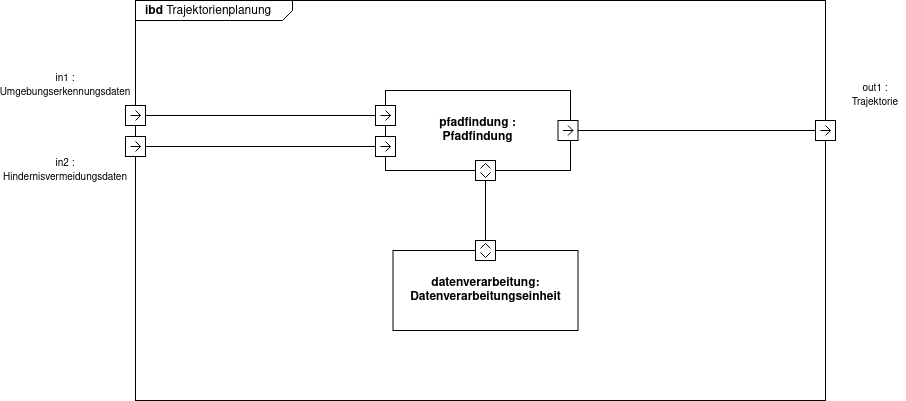
Above: ibd-trajektorienplanung.png in agrueneberg/sews2324 (draw.io), before the change. Source tidied: cells renumbered, new cells last; positions are measured from the earlier drawing's top-left corner, leaving out a move shared by most shapes. The source it was exported from:
```xml
<mxGraphModel>
  <root>
    <mxCell id="0" />
    <mxCell id="1" parent="0" />
    <mxCell id="2" value="&lt;p style=&quot;margin:0px;margin-top:4px;margin-left:10px;text-align:left;&quot;&gt;&lt;b&gt;ibd&lt;/b&gt;   Trajektorienplanung&lt;/p&gt;" style="html=1;shape=mxgraph.sysml.package;labelX=157.42;align=left;spacingLeft=10;html=1;overflow=fill;whiteSpace=wrap;" parent="1" vertex="1">
      <mxGeometry x="100" width="690" height="400" as="geometry" />
    </mxCell>
    <mxCell id="3" value="datenverarbeitung:&lt;br&gt;Datenverarbeitungseinheit" style="strokeColor=inherit;fillColor=inherit;gradientColor=inherit;shape=rect;html=1;fontStyle=1;whiteSpace=wrap;align=center;" parent="1" vertex="1">
      <mxGeometry x="357.5" y="250" width="185" height="80" as="geometry" />
    </mxCell>
    <mxCell id="4" style="verticalAlign=bottom;html=1;endArrow=none;edgeStyle=orthogonalEdgeStyle;rounded=0;entryX=0;entryY=0.5;entryDx=0;entryDy=0;exitX=0.5;exitY=0;exitDx=0;exitDy=0;exitPerimeter=0;" parent="1" edge="1" source="11" target="6">
      <mxGeometry relative="1" as="geometry" />
    </mxCell>
    <mxCell id="5" style="html=1;shape=mxgraph.sysml.port;sysMLPortType=flowN;rotation=90;" parent="1" vertex="1">
      <mxGeometry x="90" y="105" width="20" height="20" as="geometry" />
    </mxCell>
    <mxCell id="6" value="pfadfindung :&lt;br style=&quot;border-color: var(--border-color);&quot;&gt;Pfadfindung" style="strokeColor=inherit;fillColor=inherit;gradientColor=inherit;shape=rect;html=1;fontStyle=1;whiteSpace=wrap;align=center;" parent="1" vertex="1">
      <mxGeometry x="350" y="90" width="185" height="80" as="geometry" />
    </mxCell>
    <mxCell id="7" style="html=1;shape=mxgraph.sysml.port;sysMLPortType=doubleH;rotation=90;" parent="1" vertex="1">
      <mxGeometry x="440" y="160" width="20" height="20" as="geometry" />
    </mxCell>
    <mxCell id="8" style="html=1;shape=mxgraph.sysml.port;sysMLPortType=doubleH;rotation=90;" parent="1" vertex="1">
      <mxGeometry x="440" y="240" width="20" height="20" as="geometry" />
    </mxCell>
    <mxCell id="9" style="html=1;shape=mxgraph.sysml.port;sysMLPortType=flowN;rotation=90;" parent="1" vertex="1">
      <mxGeometry x="522.5" y="120" width="20" height="20" as="geometry" />
    </mxCell>
    <mxCell id="10" style="verticalAlign=bottom;html=1;endArrow=none;edgeStyle=orthogonalEdgeStyle;rounded=0;entryX=0.5;entryY=1;entryDx=0;entryDy=0;exitX=0.5;exitY=0;exitDx=0;exitDy=0;exitPerimeter=0;entryPerimeter=0;" parent="1" edge="1" source="5" target="11">
      <mxGeometry relative="1" as="geometry" />
    </mxCell>
    <mxCell id="11" style="html=1;shape=mxgraph.sysml.port;sysMLPortType=flowN;rotation=90;" parent="1" vertex="1">
      <mxGeometry x="340" y="105" width="20" height="20" as="geometry" />
    </mxCell>
    <mxCell id="12" style="verticalAlign=bottom;html=1;endArrow=none;edgeStyle=orthogonalEdgeStyle;rounded=0;entryX=0.5;entryY=1;entryDx=0;entryDy=0;exitX=0.5;exitY=0;exitDx=0;exitDy=0;exitPerimeter=0;entryPerimeter=0;" parent="1" edge="1" source="15" target="15">
      <mxGeometry relative="1" as="geometry" />
    </mxCell>
    <mxCell id="13" style="verticalAlign=bottom;html=1;endArrow=none;edgeStyle=orthogonalEdgeStyle;rounded=0;entryX=0;entryY=0.5;entryDx=0;entryDy=0;exitX=1;exitY=0.5;exitDx=0;exitDy=0;exitPerimeter=0;entryPerimeter=0;" parent="1" edge="1" source="7" target="8">
      <mxGeometry relative="1" as="geometry" />
    </mxCell>
    <mxCell id="14" style="verticalAlign=bottom;html=1;endArrow=none;edgeStyle=orthogonalEdgeStyle;rounded=0;entryX=0.5;entryY=1;entryDx=0;entryDy=0;exitX=0.5;exitY=0;exitDx=0;exitDy=0;exitPerimeter=0;entryPerimeter=0;" parent="1" edge="1" source="9" target="15">
      <mxGeometry relative="1" as="geometry" />
    </mxCell>
    <mxCell id="15" style="html=1;shape=mxgraph.sysml.port;sysMLPortType=flowN;rotation=90;" parent="1" vertex="1">
      <mxGeometry x="780" y="120" width="20" height="20" as="geometry" />
    </mxCell>
    <mxCell id="16" style="html=1;shape=mxgraph.sysml.port;sysMLPortType=flowN;rotation=90;" parent="1" vertex="1">
      <mxGeometry x="340" y="136" width="20" height="20" as="geometry" />
    </mxCell>
    <mxCell id="17" style="html=1;shape=mxgraph.sysml.port;sysMLPortType=flowN;rotation=90;" parent="1" vertex="1">
      <mxGeometry x="90" y="136" width="20" height="20" as="geometry" />
    </mxCell>
    <mxCell id="18" style="verticalAlign=bottom;html=1;endArrow=none;edgeStyle=orthogonalEdgeStyle;rounded=0;entryX=0.5;entryY=1;entryDx=0;entryDy=0;exitX=0.5;exitY=0;exitDx=0;exitDy=0;exitPerimeter=0;entryPerimeter=0;" parent="1" edge="1" source="17" target="16">
      <mxGeometry relative="1" as="geometry" />
    </mxCell>
    <mxCell id="19" value="&lt;font style=&quot;font-size: 10px;&quot;&gt;in1 : Umgebungserkennungsdaten&lt;/font&gt;" style="text;html=1;strokeColor=none;fillColor=none;align=center;verticalAlign=middle;whiteSpace=wrap;rounded=0;" parent="1" vertex="1">
      <mxGeometry y="70" width="60" height="30" as="geometry" />
    </mxCell>
    <mxCell id="20" value="&lt;font style=&quot;font-size: 10px;&quot;&gt;in2 : Hindernisvermeidungsdaten&lt;/font&gt;" style="text;html=1;strokeColor=none;fillColor=none;align=center;verticalAlign=middle;whiteSpace=wrap;rounded=0;" parent="1" vertex="1">
      <mxGeometry y="155" width="60" height="30" as="geometry" />
    </mxCell>
    <mxCell id="21" value="&lt;font style=&quot;font-size: 10px;&quot;&gt;out1 : Trajektorie&lt;/font&gt;" style="text;html=1;strokeColor=none;fillColor=none;align=center;verticalAlign=middle;whiteSpace=wrap;rounded=0;" parent="1" vertex="1">
      <mxGeometry x="810" y="80" width="60" height="30" as="geometry" />
    </mxCell>
  </root>
</mxGraphModel>
```
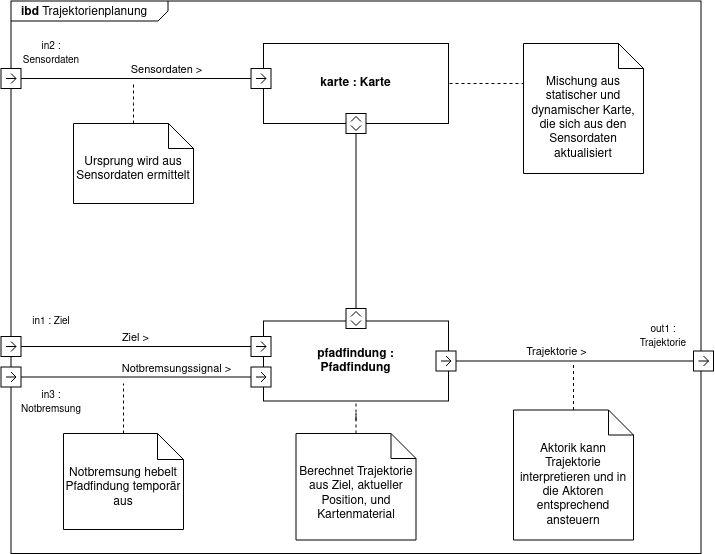
The same file after the commit.

Commit message:
ibd: Datei umbenannt

The edit, as a diff of the source:
```diff
@@ -3,64 +3,133 @@
     <mxCell id="0" />
     <mxCell id="1" parent="0" />
     <mxCell id="2" value="&lt;p style=&quot;margin:0px;margin-top:4px;margin-left:10px;text-align:left;&quot;&gt;&lt;b&gt;ibd&lt;/b&gt;   Trajektorienplanung&lt;/p&gt;" style="html=1;shape=mxgraph.sysml.package;labelX=157.42;align=left;spacingLeft=10;html=1;overflow=fill;whiteSpace=wrap;" parent="1" vertex="1">
-      <mxGeometry x="100" width="690" height="400" as="geometry" />
+      <mxGeometry x="97.5" y="-2.5" width="690" height="552.5" as="geometry" />
     </mxCell>
-    <mxCell id="3" value="datenverarbeitung:&lt;br&gt;Datenverarbeitungseinheit" style="strokeColor=inherit;fillColor=inherit;gradientColor=inherit;shape=rect;html=1;fontStyle=1;whiteSpace=wrap;align=center;" parent="1" vertex="1">
-      <mxGeometry x="357.5" y="250" width="185" height="80" as="geometry" />
-    </mxCell>
-    <mxCell id="4" style="verticalAlign=bottom;html=1;endArrow=none;edgeStyle=orthogonalEdgeStyle;rounded=0;entryX=0;entryY=0.5;entryDx=0;entryDy=0;exitX=0.5;exitY=0;exitDx=0;exitDy=0;exitPerimeter=0;" parent="1" edge="1" source="11" target="6">
-      <mxGeometry relative="1" as="geometry" />
-    </mxCell>
-    <mxCell id="5" style="html=1;shape=mxgraph.sysml.port;sysMLPortType=flowN;rotation=90;" parent="1" vertex="1">
-      <mxGeometry x="90" y="105" width="20" height="20" as="geometry" />
-    </mxCell>
     <mxCell id="6" value="pfadfindung :&lt;br style=&quot;border-color: var(--border-color);&quot;&gt;Pfadfindung" style="strokeColor=inherit;fillColor=inherit;gradientColor=inherit;shape=rect;html=1;fontStyle=1;whiteSpace=wrap;align=center;" parent="1" vertex="1">
-      <mxGeometry x="350" y="90" width="185" height="80" as="geometry" />
+      <mxGeometry x="350" y="317.5" width="185" height="80" as="geometry" />
     </mxCell>
-    <mxCell id="7" style="html=1;shape=mxgraph.sysml.port;sysMLPortType=doubleH;rotation=90;" parent="1" vertex="1">
-      <mxGeometry x="440" y="160" width="20" height="20" as="geometry" />
-    </mxCell>
-    <mxCell id="8" style="html=1;shape=mxgraph.sysml.port;sysMLPortType=doubleH;rotation=90;" parent="1" vertex="1">
-      <mxGeometry x="440" y="240" width="20" height="20" as="geometry" />
-    </mxCell>
     <mxCell id="9" style="html=1;shape=mxgraph.sysml.port;sysMLPortType=flowN;rotation=90;" parent="1" vertex="1">
-      <mxGeometry x="522.5" y="120" width="20" height="20" as="geometry" />
+      <mxGeometry x="522.5" y="347.5" width="20" height="20" as="geometry" />
     </mxCell>
-    <mxCell id="10" style="verticalAlign=bottom;html=1;endArrow=none;edgeStyle=orthogonalEdgeStyle;rounded=0;entryX=0.5;entryY=1;entryDx=0;entryDy=0;exitX=0.5;exitY=0;exitDx=0;exitDy=0;exitPerimeter=0;entryPerimeter=0;" parent="1" edge="1" source="5" target="11">
-      <mxGeometry relative="1" as="geometry" />
-    </mxCell>
-    <mxCell id="11" style="html=1;shape=mxgraph.sysml.port;sysMLPortType=flowN;rotation=90;" parent="1" vertex="1">
-      <mxGeometry x="340" y="105" width="20" height="20" as="geometry" />
-    </mxCell>
     <mxCell id="12" style="verticalAlign=bottom;html=1;endArrow=none;edgeStyle=orthogonalEdgeStyle;rounded=0;entryX=0.5;entryY=1;entryDx=0;entryDy=0;exitX=0.5;exitY=0;exitDx=0;exitDy=0;exitPerimeter=0;entryPerimeter=0;" parent="1" edge="1" source="15" target="15">
       <mxGeometry relative="1" as="geometry" />
     </mxCell>
-    <mxCell id="13" style="verticalAlign=bottom;html=1;endArrow=none;edgeStyle=orthogonalEdgeStyle;rounded=0;entryX=0;entryY=0.5;entryDx=0;entryDy=0;exitX=1;exitY=0.5;exitDx=0;exitDy=0;exitPerimeter=0;entryPerimeter=0;" parent="1" edge="1" source="7" target="8">
-      <mxGeometry relative="1" as="geometry" />
-    </mxCell>
     <mxCell id="14" style="verticalAlign=bottom;html=1;endArrow=none;edgeStyle=orthogonalEdgeStyle;rounded=0;entryX=0.5;entryY=1;entryDx=0;entryDy=0;exitX=0.5;exitY=0;exitDx=0;exitDy=0;exitPerimeter=0;entryPerimeter=0;" parent="1" edge="1" source="9" target="15">
       <mxGeometry relative="1" as="geometry" />
     </mxCell>
+    <mxCell id="22" value="Trajektorie &amp;gt;" style="edgeLabel;html=1;align=center;verticalAlign=middle;" parent="14" vertex="1">
+      <mxGeometry x="-0.16" y="-2" relative="1" as="geometry">
+        <mxPoint y="-12" as="offset" />
+      </mxGeometry>
+    </mxCell>
     <mxCell id="15" style="html=1;shape=mxgraph.sysml.port;sysMLPortType=flowN;rotation=90;" parent="1" vertex="1">
-      <mxGeometry x="780" y="120" width="20" height="20" as="geometry" />
+      <mxGeometry x="780" y="347.5" width="20" height="20" as="geometry" />
     </mxCell>
     <mxCell id="16" style="html=1;shape=mxgraph.sysml.port;sysMLPortType=flowN;rotation=90;" parent="1" vertex="1">
-      <mxGeometry x="340" y="136" width="20" height="20" as="geometry" />
+      <mxGeometry x="337.5" y="363.5" width="20" height="20" as="geometry" />
     </mxCell>
     <mxCell id="17" style="html=1;shape=mxgraph.sysml.port;sysMLPortType=flowN;rotation=90;" parent="1" vertex="1">
-      <mxGeometry x="90" y="136" width="20" height="20" as="geometry" />
+      <mxGeometry x="87.5" y="363.5" width="20" height="20" as="geometry" />
     </mxCell>
     <mxCell id="18" style="verticalAlign=bottom;html=1;endArrow=none;edgeStyle=orthogonalEdgeStyle;rounded=0;entryX=0.5;entryY=1;entryDx=0;entryDy=0;exitX=0.5;exitY=0;exitDx=0;exitDy=0;exitPerimeter=0;entryPerimeter=0;" parent="1" edge="1" source="17" target="16">
       <mxGeometry relative="1" as="geometry" />
     </mxCell>
-    <mxCell id="19" value="&lt;font style=&quot;font-size: 10px;&quot;&gt;in1 : Umgebungserkennungsdaten&lt;/font&gt;" style="text;html=1;strokeColor=none;fillColor=none;align=center;verticalAlign=middle;whiteSpace=wrap;rounded=0;" parent="1" vertex="1">
-      <mxGeometry y="70" width="60" height="30" as="geometry" />
-    </mxCell>
+    <mxCell id="23" value="Notbremsungssignal &amp;gt;" style="edgeLabel;html=1;align=center;verticalAlign=middle;" parent="18" vertex="1">
+      <mxGeometry x="-0.08" y="-1" relative="1" as="geometry">
+        <mxPoint x="49" y="-10" as="offset" />
+      </mxGeometry>
+    </mxCell>
-    <mxCell id="20" value="&lt;font style=&quot;font-size: 10px;&quot;&gt;in2 : Hindernisvermeidungsdaten&lt;/font&gt;" style="text;html=1;strokeColor=none;fillColor=none;align=center;verticalAlign=middle;whiteSpace=wrap;rounded=0;" parent="1" vertex="1">
-      <mxGeometry y="155" width="60" height="30" as="geometry" />
+    <mxCell id="20" value="&lt;font style=&quot;font-size: 10px;&quot;&gt;in3 : Notbremsung&lt;/font&gt;" style="text;html=1;strokeColor=none;fillColor=none;align=center;verticalAlign=middle;whiteSpace=wrap;rounded=0;" parent="1" vertex="1">
+      <mxGeometry x="107.5" y="383.5" width="60" height="30" as="geometry" />
     </mxCell>
     <mxCell id="21" value="&lt;font style=&quot;font-size: 10px;&quot;&gt;out1 : Trajektorie&lt;/font&gt;" style="text;html=1;strokeColor=none;fillColor=none;align=center;verticalAlign=middle;whiteSpace=wrap;rounded=0;" parent="1" vertex="1">
-      <mxGeometry x="810" y="80" width="60" height="30" as="geometry" />
+      <mxGeometry x="720" y="317.5" width="60" height="30" as="geometry" />
     </mxCell>
+    <mxCell id="24" value="karte : Karte" style="strokeColor=inherit;fillColor=inherit;gradientColor=inherit;shape=rect;html=1;fontStyle=1;whiteSpace=wrap;align=center;" parent="1" vertex="1">
+      <mxGeometry x="350" y="40" width="185" height="80" as="geometry" />
+    </mxCell>
+    <mxCell id="25" style="edgeStyle=orthogonalEdgeStyle;rounded=0;jettySize=auto;html=1;exitX=0.5;exitY=0;exitDx=0;exitDy=0;exitPerimeter=0;dashed=1;endArrow=none;endFill=0;" parent="1" edge="1" source="26">
+      <mxGeometry relative="1" as="geometry">
+        <mxPoint x="220" y="80" as="targetPoint" />
+      </mxGeometry>
+    </mxCell>
+    <mxCell id="26" value="Ursprung wird aus Sensordaten ermittelt" style="shape=note2;boundedLbl=1;whiteSpace=wrap;html=1;size=25;verticalAlign=top;align=center;" parent="1" vertex="1">
+      <mxGeometry x="160" y="120" width="120" height="80" as="geometry" />
+    </mxCell>
+    <mxCell id="27" style="edgeStyle=orthogonalEdgeStyle;rounded=0;jettySize=auto;html=1;exitX=0.5;exitY=0;exitDx=0;exitDy=0;exitPerimeter=0;dashed=1;endArrow=none;endFill=0;" parent="1" edge="1" source="28">
+      <mxGeometry relative="1" as="geometry">
+        <mxPoint x="210" y="380" as="targetPoint" />
+      </mxGeometry>
+    </mxCell>
+    <mxCell id="28" value="Notbremsung hebelt Pfadfindung temporär aus" style="shape=note2;boundedLbl=1;whiteSpace=wrap;html=1;size=26;verticalAlign=top;align=center;" parent="1" vertex="1">
+      <mxGeometry x="150" y="430" width="120" height="96" as="geometry" />
+    </mxCell>
+    <mxCell id="29" style="html=1;shape=mxgraph.sysml.port;sysMLPortType=flowN;rotation=90;" parent="1" vertex="1">
+      <mxGeometry x="87.5" y="333" width="20" height="20" as="geometry" />
+    </mxCell>
+    <mxCell id="30" style="verticalAlign=bottom;html=1;endArrow=none;edgeStyle=orthogonalEdgeStyle;rounded=0;entryX=0.5;entryY=1;entryDx=0;entryDy=0;exitX=0.5;exitY=0;exitDx=0;exitDy=0;exitPerimeter=0;entryPerimeter=0;" parent="1" edge="1" source="29" target="33">
+      <mxGeometry relative="1" as="geometry" />
+    </mxCell>
+    <mxCell id="31" value="Ziel &amp;gt;" style="edgeLabel;html=1;align=center;verticalAlign=middle;" parent="30" vertex="1">
+      <mxGeometry x="-0.13" y="2" relative="1" as="geometry">
+        <mxPoint x="15" y="-8" as="offset" />
+      </mxGeometry>
+    </mxCell>
+    <mxCell id="32" value="&lt;font style=&quot;font-size: 10px;&quot;&gt;in1 : Ziel&lt;/font&gt;" style="text;html=1;strokeColor=none;fillColor=none;align=center;verticalAlign=middle;whiteSpace=wrap;rounded=0;" parent="1" vertex="1">
+      <mxGeometry x="107.5" y="303" width="60" height="30" as="geometry" />
+    </mxCell>
+    <mxCell id="33" style="html=1;shape=mxgraph.sysml.port;sysMLPortType=flowN;rotation=90;" parent="1" vertex="1">
+      <mxGeometry x="337.5" y="333" width="20" height="20" as="geometry" />
+    </mxCell>
+    <mxCell id="5" style="html=1;shape=mxgraph.sysml.port;sysMLPortType=flowN;rotation=90;" parent="1" vertex="1">
+      <mxGeometry x="87.5" y="65" width="20" height="20" as="geometry" />
+    </mxCell>
+    <mxCell id="10" style="verticalAlign=bottom;html=1;endArrow=none;edgeStyle=orthogonalEdgeStyle;rounded=0;entryX=0.5;entryY=1;entryDx=0;entryDy=0;exitX=0.5;exitY=0;exitDx=0;exitDy=0;exitPerimeter=0;entryPerimeter=0;" parent="1" edge="1" source="5" target="11">
+      <mxGeometry relative="1" as="geometry" />
+    </mxCell>
+    <mxCell id="34" value="Sensordaten &amp;gt;" style="edgeLabel;html=1;align=center;verticalAlign=middle;" parent="10" vertex="1">
+      <mxGeometry x="-0.2" y="1" relative="1" as="geometry">
+        <mxPoint x="53" y="-9" as="offset" />
+      </mxGeometry>
+    </mxCell>
+    <mxCell id="11" style="html=1;shape=mxgraph.sysml.port;sysMLPortType=flowN;rotation=90;" parent="1" vertex="1">
+      <mxGeometry x="337.5" y="65" width="20" height="20" as="geometry" />
+    </mxCell>
+    <mxCell id="19" value="&lt;font style=&quot;font-size: 10px;&quot;&gt;in2 : Sensordaten&lt;/font&gt;" style="text;html=1;strokeColor=none;fillColor=none;align=center;verticalAlign=middle;whiteSpace=wrap;rounded=0;" parent="1" vertex="1">
+      <mxGeometry x="107.5" y="35" width="60" height="30" as="geometry" />
+    </mxCell>
+    <mxCell id="35" style="html=1;shape=mxgraph.sysml.port;sysMLPortType=doubleH;rotation=90;" parent="1" vertex="1">
+      <mxGeometry x="432.5" y="305" width="20" height="20" as="geometry" />
+    </mxCell>
+    <mxCell id="36" style="html=1;shape=mxgraph.sysml.port;sysMLPortType=doubleH;rotation=90;" parent="1" vertex="1">
+      <mxGeometry x="432.5" y="110" width="20" height="20" as="geometry" />
+    </mxCell>
+    <mxCell id="37" style="edgeStyle=orthogonalEdgeStyle;rounded=0;jettySize=auto;html=1;exitX=0;exitY=0.5;exitDx=0;exitDy=0;exitPerimeter=0;entryX=1;entryY=0.5;entryDx=0;entryDy=0;entryPerimeter=0;endArrow=none;endFill=0;" parent="1" edge="1" source="35" target="36">
+      <mxGeometry relative="1" as="geometry" />
+    </mxCell>
+    <mxCell id="38" style="edgeStyle=orthogonalEdgeStyle;rounded=0;jettySize=auto;html=1;exitX=0;exitY=0.5;exitDx=0;exitDy=0;exitPerimeter=0;dashed=1;endArrow=none;endFill=0;" parent="1" edge="1" source="39" target="24">
+      <mxGeometry relative="1" as="geometry">
+        <Array as="points">
+          <mxPoint x="610" y="80" />
+        </Array>
+      </mxGeometry>
+    </mxCell>
+    <mxCell id="39" value="Mischung aus statischer und dynamischer Karte, die sich aus den Sensordaten aktualisiert" style="shape=note2;boundedLbl=1;whiteSpace=wrap;html=1;size=25;verticalAlign=top;align=center;" parent="1" vertex="1">
+      <mxGeometry x="610" y="40" width="120" height="130" as="geometry" />
+    </mxCell>
+    <mxCell id="40" style="edgeStyle=orthogonalEdgeStyle;rounded=0;jettySize=auto;html=1;exitX=0.5;exitY=0;exitDx=0;exitDy=0;exitPerimeter=0;endArrow=none;endFill=0;dashed=1;" parent="1" edge="1" source="41" target="6">
+      <mxGeometry relative="1" as="geometry" />
+    </mxCell>
+    <mxCell id="41" value="Berechnet Trajektorie aus Ziel, aktueller Position, und Kartenmaterial" style="shape=note2;boundedLbl=1;whiteSpace=wrap;html=1;size=25;verticalAlign=top;align=center;" parent="1" vertex="1">
+      <mxGeometry x="382.5" y="430" width="120" height="106.5" as="geometry" />
+    </mxCell>
+    <mxCell id="42" style="edgeStyle=orthogonalEdgeStyle;rounded=0;jettySize=auto;html=1;exitX=0.5;exitY=0;exitDx=0;exitDy=0;exitPerimeter=0;endArrow=none;endFill=0;dashed=1;" parent="1" edge="1" source="43">
+      <mxGeometry relative="1" as="geometry">
+        <mxPoint x="660" y="360" as="targetPoint" />
+      </mxGeometry>
+    </mxCell>
+    <mxCell id="43" value="Aktorik kann Trajektorie interpretieren und in die Aktoren entsprechend ansteuern" style="shape=note2;boundedLbl=1;whiteSpace=wrap;html=1;size=25;verticalAlign=top;align=center;" parent="1" vertex="1">
+      <mxGeometry x="600" y="406.5" width="120" height="130" as="geometry" />
+    </mxCell>
   </root>
 </mxGraphModel>
```
